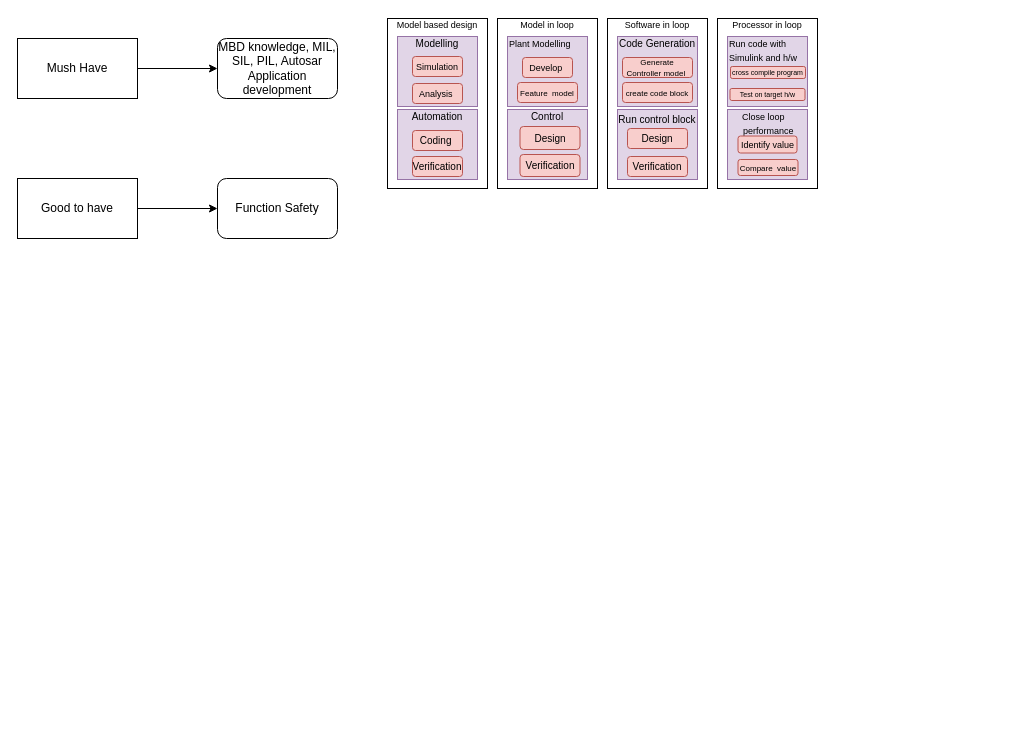
The draw.io diagram maintenance comparision.drawio in bapukokare/assignment, before the edit. Source tidied: cells renumbered, new cells numbered last; positions are measured from the earlier drawing's top-left corner, leaving out a move shared by most shapes. Both pictures are drawn from the tidied source at 100%, with x=0, y=0 at pixel (17, 18).
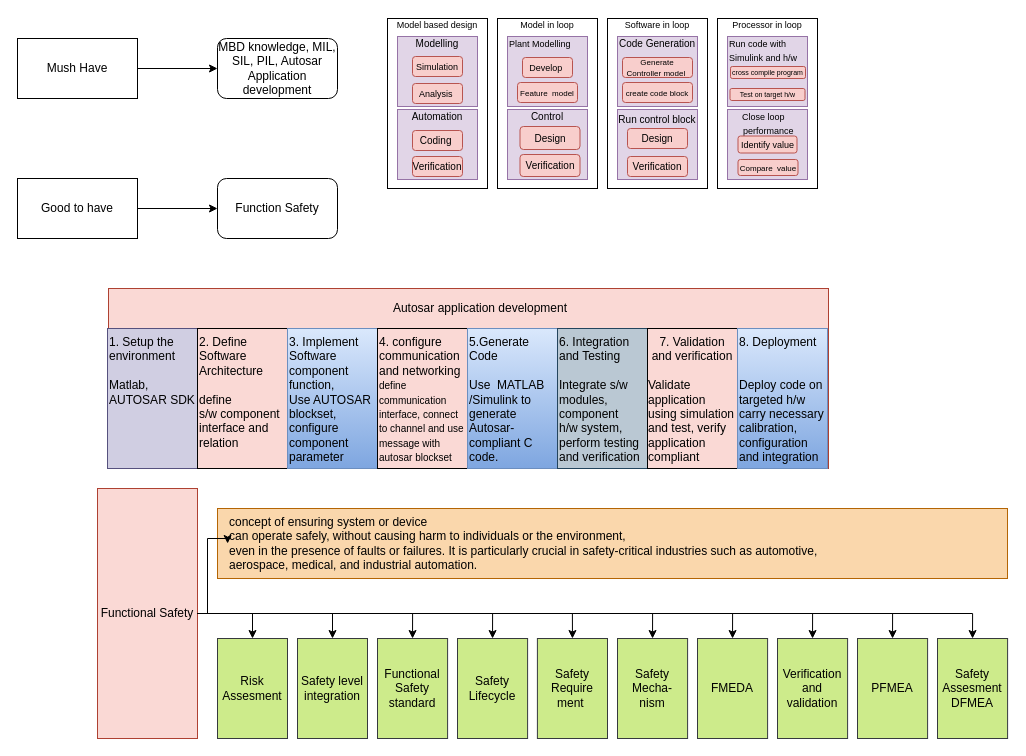
Above is the later version.

Change to the diagram source:
```diff
@@
+    <mxCell id="48" value="&lt;div style=&quot;text-align: left;&quot;&gt;&lt;font face=&quot;Söhne, ui-sans-serif, system-ui, -apple-system, Segoe UI, Roboto, Ubuntu, Cantarell, Noto Sans, sans-serif, Helvetica Neue, Arial, Apple Color Emoji, Segoe UI Emoji, Segoe UI Symbol, Noto Color Emoji&quot; color=&quot;#374151&quot;&gt;&lt;span style=&quot;font-size: 11px;&quot;&gt;&lt;br&gt;&lt;/span&gt;&lt;/font&gt;&lt;/div&gt;&lt;div style=&quot;text-align: left;&quot;&gt;&lt;font face=&quot;Söhne, ui-sans-serif, system-ui, -apple-system, Segoe UI, Roboto, Ubuntu, Cantarell, Noto Sans, sans-serif, Helvetica Neue, Arial, Apple Color Emoji, Segoe UI Emoji, Segoe UI Symbol, Noto Color Emoji&quot; color=&quot;#374151&quot;&gt;&lt;span style=&quot;font-size: 11px;&quot;&gt;&lt;br&gt;&lt;/span&gt;&lt;/font&gt;&lt;/div&gt;&lt;div style=&quot;text-align: left;&quot;&gt;&lt;font face=&quot;Söhne, ui-sans-serif, system-ui, -apple-system, Segoe UI, Roboto, Ubuntu, Cantarell, Noto Sans, sans-serif, Helvetica Neue, Arial, Apple Color Emoji, Segoe UI Emoji, Segoe UI Symbol, Noto Color Emoji&quot; color=&quot;#374151&quot;&gt;&lt;span style=&quot;font-size: 11px;&quot;&gt;&lt;br&gt;&lt;/span&gt;&lt;/font&gt;&lt;/div&gt;&lt;div style=&quot;text-align: left;&quot;&gt;&lt;font face=&quot;Söhne, ui-sans-serif, system-ui, -apple-system, Segoe UI, Roboto, Ubuntu, Cantarell, Noto Sans, sans-serif, Helvetica Neue, Arial, Apple Color Emoji, Segoe UI Emoji, Segoe UI Symbol, Noto Color Emoji&quot; color=&quot;#374151&quot;&gt;&lt;span style=&quot;font-size: 11px;&quot;&gt;&lt;br&gt;&lt;/span&gt;&lt;/font&gt;&lt;/div&gt;&lt;div style=&quot;text-align: left;&quot;&gt;&lt;font face=&quot;Söhne, ui-sans-serif, system-ui, -apple-system, Segoe UI, Roboto, Ubuntu, Cantarell, Noto Sans, sans-serif, Helvetica Neue, Arial, Apple Color Emoji, Segoe UI Emoji, Segoe UI Symbol, Noto Color Emoji&quot; color=&quot;#374151&quot;&gt;&lt;span style=&quot;font-size: 11px;&quot;&gt;&lt;br&gt;&lt;/span&gt;&lt;/font&gt;&lt;/div&gt;&lt;div style=&quot;text-align: left;&quot;&gt;&lt;font face=&quot;Söhne, ui-sans-serif, system-ui, -apple-system, Segoe UI, Roboto, Ubuntu, Cantarell, Noto Sans, sans-serif, Helvetica Neue, Arial, Apple Color Emoji, Segoe UI Emoji, Segoe UI Symbol, Noto Color Emoji&quot; color=&quot;#374151&quot;&gt;&lt;span style=&quot;font-size: 11px;&quot;&gt;&lt;br&gt;&lt;/span&gt;&lt;/font&gt;&lt;/div&gt;&lt;div style=&quot;text-align: left;&quot;&gt;&lt;font face=&quot;Söhne, ui-sans-serif, system-ui, -apple-system, Segoe UI, Roboto, Ubuntu, Cantarell, Noto Sans, sans-serif, Helvetica Neue, Arial, Apple Color Emoji, Segoe UI Emoji, Segoe UI Symbol, Noto Color Emoji&quot; color=&quot;#374151&quot;&gt;&lt;span style=&quot;font-size: 11px;&quot;&gt;&lt;br&gt;&lt;/span&gt;&lt;/font&gt;&lt;/div&gt;&lt;div style=&quot;text-align: left;&quot;&gt;&lt;font face=&quot;Söhne, ui-sans-serif, system-ui, -apple-system, Segoe UI, Roboto, Ubuntu, Cantarell, Noto Sans, sans-serif, Helvetica Neue, Arial, Apple Color Emoji, Segoe UI Emoji, Segoe UI Symbol, Noto Color Emoji&quot; color=&quot;#374151&quot;&gt;&lt;span style=&quot;font-size: 11px;&quot;&gt;&lt;br&gt;&lt;/span&gt;&lt;/font&gt;&lt;/div&gt;&lt;div style=&quot;text-align: left;&quot;&gt;&lt;font face=&quot;Söhne, ui-sans-serif, system-ui, -apple-system, Segoe UI, Roboto, Ubuntu, Cantarell, Noto Sans, sans-serif, Helvetica Neue, Arial, Apple Color Emoji, Segoe UI Emoji, Segoe UI Symbol, Noto Color Emoji&quot; color=&quot;#374151&quot;&gt;&lt;span style=&quot;font-size: 11px;&quot;&gt;&lt;br&gt;&lt;/span&gt;&lt;/font&gt;&lt;/div&gt;&lt;div style=&quot;text-align: left;&quot;&gt;&lt;font face=&quot;Söhne, ui-sans-serif, system-ui, -apple-system, Segoe UI, Roboto, Ubuntu, Cantarell, Noto Sans, sans-serif, Helvetica Neue, Arial, Apple Color Emoji, Segoe UI Emoji, Segoe UI Symbol, Noto Color Emoji&quot; color=&quot;#374151&quot;&gt;&lt;span style=&quot;font-size: 11px;&quot;&gt;&lt;br&gt;&lt;/span&gt;&lt;/font&gt;&lt;/div&gt;" style="rounded=0;whiteSpace=wrap;html=1;fillColor=#fad9d5;strokeColor=#ae4132;" parent="1" vertex="1">
+      <mxGeometry x="91" y="270" width="720" height="180" as="geometry" />
+    </mxCell>
+    <mxCell id="49" value="&lt;div style=&quot;&quot;&gt;&lt;span style=&quot;background-color: initial;&quot;&gt;1. Setup the environment&lt;/span&gt;&lt;/div&gt;&lt;br&gt;Matlab,&amp;nbsp;&lt;br&gt;AUTOSAR SDK" style="rounded=0;whiteSpace=wrap;html=1;verticalAlign=top;align=left;fillColor=#d0cee2;strokeColor=#56517e;" parent="1" vertex="1">
+      <mxGeometry x="90" y="310" width="90" height="140" as="geometry" />
+    </mxCell>
+    <mxCell id="50" value="2. Define Software Architecture&lt;br&gt;&lt;br&gt;define&lt;br&gt;s/w component interface and relation&amp;nbsp;" style="rounded=0;whiteSpace=wrap;html=1;verticalAlign=top;align=left;fillColor=none;" parent="1" vertex="1">
+      <mxGeometry x="180" y="310" width="90" height="140" as="geometry" />
+    </mxCell>
+    <mxCell id="51" value="3. Implement Software component&lt;br&gt;function,&amp;nbsp;&lt;br&gt;Use AUTOSAR blockset,&lt;br&gt;configure component parameter" style="rounded=0;whiteSpace=wrap;html=1;verticalAlign=top;align=left;fillColor=#dae8fc;strokeColor=#6c8ebf;gradientColor=#7ea6e0;" parent="1" vertex="1">
+      <mxGeometry x="270" y="310" width="90" height="140" as="geometry" />
+    </mxCell>
+    <mxCell id="52" value="4. configure communication and networking&lt;br&gt;&lt;div style=&quot;&quot;&gt;&lt;span style=&quot;font-size: 10px; background-color: initial;&quot;&gt;define communication interface, connect to channel and use message with autosar blockset&lt;/span&gt;&lt;/div&gt;" style="rounded=0;whiteSpace=wrap;html=1;verticalAlign=top;align=left;fillColor=none;" parent="1" vertex="1">
+      <mxGeometry x="360" y="310" width="90" height="140" as="geometry" />
+    </mxCell>
+    <mxCell id="53" value="5.Generate Code&amp;nbsp;&lt;br&gt;&lt;br&gt;&lt;div style=&quot;&quot;&gt;&lt;span style=&quot;background-color: initial;&quot;&gt;Use&amp;nbsp;&amp;nbsp;&lt;/span&gt;&lt;span style=&quot;background-color: initial;&quot;&gt;MATLAB&lt;/span&gt;&lt;/div&gt;&lt;div style=&quot;&quot;&gt;&lt;span style=&quot;background-color: initial;&quot;&gt;/Simulink to generate Autosar-compliant C code.&amp;nbsp;&lt;/span&gt;&lt;/div&gt;" style="rounded=0;whiteSpace=wrap;html=1;verticalAlign=top;align=left;fillColor=#dae8fc;strokeColor=#6c8ebf;gradientColor=#7ea6e0;" parent="1" vertex="1">
+      <mxGeometry x="450" y="310" width="90" height="140" as="geometry" />
+    </mxCell>
+    <mxCell id="54" value="6. Integration and Testing&lt;br&gt;&lt;br&gt;Integrate s/w modules,&lt;br&gt;component&lt;br&gt;h/w system,&lt;br&gt;perform testing and verification" style="rounded=0;whiteSpace=wrap;html=1;verticalAlign=top;align=left;fillColor=#bac8d3;strokeColor=#23445d;" parent="1" vertex="1">
+      <mxGeometry x="540" y="310" width="90" height="140" as="geometry" />
+    </mxCell>
+    <mxCell id="55" value="7. Validation and verification&lt;br&gt;&lt;br&gt;&lt;div style=&quot;text-align: left;&quot;&gt;&lt;span style=&quot;background-color: initial;&quot;&gt;Validate application using simulation and test, verify application compliant&lt;/span&gt;&lt;/div&gt;" style="rounded=0;whiteSpace=wrap;html=1;verticalAlign=top;fillColor=none;" parent="1" vertex="1">
+      <mxGeometry x="630" y="310" width="90" height="140" as="geometry" />
+    </mxCell>
+    <mxCell id="56" value="8. Deployment&lt;br&gt;&lt;br&gt;&lt;br&gt;Deploy code on targeted h/w&lt;br&gt;carry necessary calibration, configuration and integration" style="rounded=0;whiteSpace=wrap;html=1;align=left;verticalAlign=top;fillColor=#dae8fc;strokeColor=#6c8ebf;gradientColor=#7ea6e0;" parent="1" vertex="1">
+      <mxGeometry x="720" y="310" width="90" height="140" as="geometry" />
+    </mxCell>
+    <mxCell id="57" value="Autosar application development" style="text;html=1;strokeColor=none;fillColor=none;align=center;verticalAlign=middle;whiteSpace=wrap;rounded=0;" parent="1" vertex="1">
+      <mxGeometry x="358" y="275" width="210" height="30" as="geometry" />
+    </mxCell>
+    <mxCell id="58" style="group;" parent="1" vertex="1">
+      <mxGeometry x="80" y="470" width="910.1" height="250" as="geometry" />
+    </mxCell>
+    <mxCell id="59" value="Functional Safety" style="rounded=0;whiteSpace=wrap;html=1;fillColor=#fad9d5;strokeColor=#ae4132;" parent="58" vertex="1">
+      <mxGeometry width="100" height="250" as="geometry" />
+    </mxCell>
+    <mxCell id="60" style="rounded=0;whiteSpace=wrap;html=1;fillColor=#fad7ac;strokeColor=#b46504;" parent="58" vertex="1">
+      <mxGeometry x="120" y="20" width="790" height="70" as="geometry" />
+    </mxCell>
+    <mxCell id="61" value="concept of ensuring system or device &lt;br&gt;can operate safely, without causing harm to individuals or the environment, &lt;br&gt;even in the presence of faults or failures.&amp;nbsp;It is particularly crucial in safety-critical industries such as automotive, aerospace, medical, and industrial automation." style="text;html=1;strokeColor=none;fillColor=none;align=left;verticalAlign=middle;whiteSpace=wrap;rounded=0;" parent="58" vertex="1">
+      <mxGeometry x="130.1" y="25" width="620" height="60" as="geometry" />
+    </mxCell>
+    <mxCell id="62" style="edgeStyle=orthogonalEdgeStyle;rounded=0;jettySize=auto;html=1;entryX=0;entryY=0.5;entryDx=0;entryDy=0;" parent="58" edge="1" source="59" target="61">
+      <mxGeometry relative="1" as="geometry">
+        <Array as="points">
+          <mxPoint x="110" y="125" />
+          <mxPoint x="110" y="50" />
+        </Array>
+      </mxGeometry>
+    </mxCell>
+    <mxCell id="63" value="Risk Assesment" style="rounded=0;whiteSpace=wrap;html=1;fillColor=#cdeb8b;strokeColor=#36393d;" parent="58" vertex="1">
+      <mxGeometry x="120" y="150" width="70" height="100" as="geometry" />
+    </mxCell>
+    <mxCell id="64" style="edgeStyle=orthogonalEdgeStyle;rounded=0;jettySize=auto;html=1;entryX=0.5;entryY=0;entryDx=0;entryDy=0;" parent="58" edge="1" source="59" target="63">
+      <mxGeometry relative="1" as="geometry" />
+    </mxCell>
+    <mxCell id="65" value="Safety level integration" style="rounded=0;whiteSpace=wrap;html=1;fillColor=#cdeb8b;strokeColor=#36393d;" parent="58" vertex="1">
+      <mxGeometry x="200" y="150" width="70" height="100" as="geometry" />
+    </mxCell>
+    <mxCell id="66" style="edgeStyle=orthogonalEdgeStyle;rounded=0;jettySize=auto;html=1;entryX=0.5;entryY=0;entryDx=0;entryDy=0;" parent="58" edge="1" source="59" target="65">
+      <mxGeometry relative="1" as="geometry" />
+    </mxCell>
+    <mxCell id="67" value="Functional Safety standard" style="rounded=0;whiteSpace=wrap;html=1;fillColor=#cdeb8b;strokeColor=#36393d;" parent="58" vertex="1">
+      <mxGeometry x="280" y="150" width="70.1" height="100" as="geometry" />
+    </mxCell>
+    <mxCell id="68" style="edgeStyle=orthogonalEdgeStyle;rounded=0;jettySize=auto;html=1;entryX=0.5;entryY=0;entryDx=0;entryDy=0;" parent="58" edge="1" source="59" target="67">
+      <mxGeometry relative="1" as="geometry" />
+    </mxCell>
+    <mxCell id="69" value="Safety Lifecycle" style="rounded=0;whiteSpace=wrap;html=1;fillColor=#cdeb8b;strokeColor=#36393d;" parent="58" vertex="1">
+      <mxGeometry x="360" y="150" width="70.1" height="100" as="geometry" />
+    </mxCell>
+    <mxCell id="70" style="edgeStyle=orthogonalEdgeStyle;rounded=0;jettySize=auto;html=1;entryX=0.5;entryY=0;entryDx=0;entryDy=0;" parent="58" edge="1" source="59" target="69">
+      <mxGeometry relative="1" as="geometry" />
+    </mxCell>
+    <mxCell id="71" value="Safety Require&lt;br&gt;ment&amp;nbsp;" style="rounded=0;whiteSpace=wrap;html=1;fillColor=#cdeb8b;strokeColor=#36393d;" parent="58" vertex="1">
+      <mxGeometry x="439.9" y="150" width="70.1" height="100" as="geometry" />
+    </mxCell>
+    <mxCell id="72" style="edgeStyle=orthogonalEdgeStyle;rounded=0;jettySize=auto;html=1;entryX=0.5;entryY=0;entryDx=0;entryDy=0;" parent="58" edge="1" source="59" target="71">
+      <mxGeometry relative="1" as="geometry" />
+    </mxCell>
+    <mxCell id="73" value="Safety Mecha-&lt;br&gt;nism" style="rounded=0;whiteSpace=wrap;html=1;fillColor=#cdeb8b;strokeColor=#36393d;" parent="58" vertex="1">
+      <mxGeometry x="520" y="150" width="70.1" height="100" as="geometry" />
+    </mxCell>
+    <mxCell id="74" style="edgeStyle=orthogonalEdgeStyle;rounded=0;jettySize=auto;html=1;entryX=0.5;entryY=0;entryDx=0;entryDy=0;" parent="58" edge="1" source="59" target="73">
+      <mxGeometry relative="1" as="geometry" />
+    </mxCell>
+    <mxCell id="75" value="FMEDA" style="rounded=0;whiteSpace=wrap;html=1;fillColor=#cdeb8b;strokeColor=#36393d;" parent="58" vertex="1">
+      <mxGeometry x="600" y="150" width="70.1" height="100" as="geometry" />
+    </mxCell>
+    <mxCell id="76" style="edgeStyle=orthogonalEdgeStyle;rounded=0;jettySize=auto;html=1;entryX=0.5;entryY=0;entryDx=0;entryDy=0;" parent="58" edge="1" source="59" target="75">
+      <mxGeometry relative="1" as="geometry" />
+    </mxCell>
+    <mxCell id="77" value="Verification and validation" style="rounded=0;whiteSpace=wrap;html=1;fillColor=#cdeb8b;strokeColor=#36393d;" parent="58" vertex="1">
+      <mxGeometry x="680" y="150" width="70.1" height="100" as="geometry" />
+    </mxCell>
+    <mxCell id="78" style="edgeStyle=orthogonalEdgeStyle;rounded=0;jettySize=auto;html=1;entryX=0.5;entryY=0;entryDx=0;entryDy=0;" parent="58" edge="1" source="59" target="77">
+      <mxGeometry relative="1" as="geometry" />
+    </mxCell>
+    <mxCell id="79" value="PFMEA" style="rounded=0;whiteSpace=wrap;html=1;fillColor=#cdeb8b;strokeColor=#36393d;" parent="58" vertex="1">
+      <mxGeometry x="760" y="150" width="70.1" height="100" as="geometry" />
+    </mxCell>
+    <mxCell id="80" style="edgeStyle=orthogonalEdgeStyle;rounded=0;jettySize=auto;html=1;entryX=0.5;entryY=0;entryDx=0;entryDy=0;" parent="58" edge="1" source="59" target="79">
+      <mxGeometry relative="1" as="geometry" />
+    </mxCell>
+    <mxCell id="81" value="Safety Assesment&lt;br&gt;DFMEA" style="rounded=0;whiteSpace=wrap;html=1;fillColor=#cdeb8b;strokeColor=#36393d;" parent="58" vertex="1">
+      <mxGeometry x="840" y="150" width="70.1" height="100" as="geometry" />
+    </mxCell>
+    <mxCell id="82" style="edgeStyle=orthogonalEdgeStyle;rounded=0;jettySize=auto;html=1;entryX=0.5;entryY=0;entryDx=0;entryDy=0;" parent="58" edge="1" source="59" target="81">
+      <mxGeometry relative="1" as="geometry" />
+    </mxCell>
```
